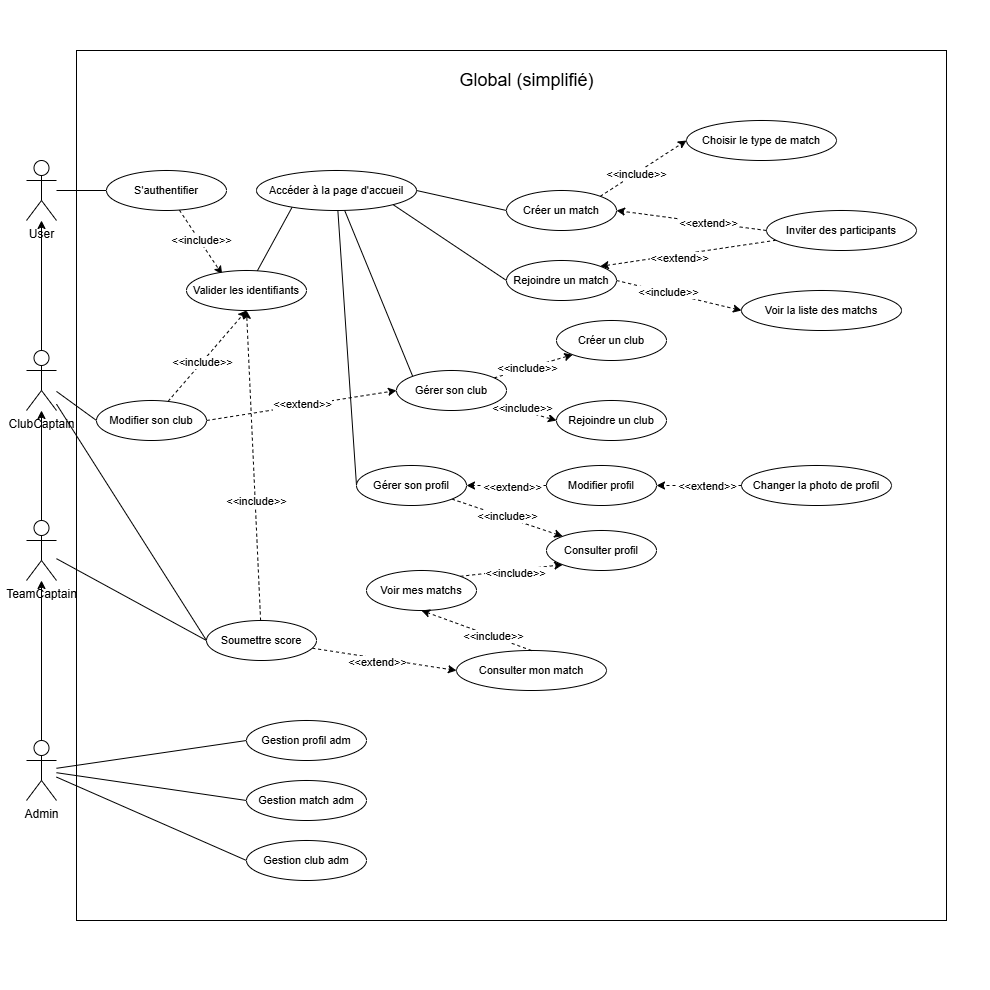
This is Diagram use case Global simplifié.drawio.png from Mathistrg/Styx, a draw.io export, as it was before one commit. Source tidied: cells renumbered, new cells last; positions are measured from the earlier drawing's top-left corner, leaving out a move shared by most shapes.
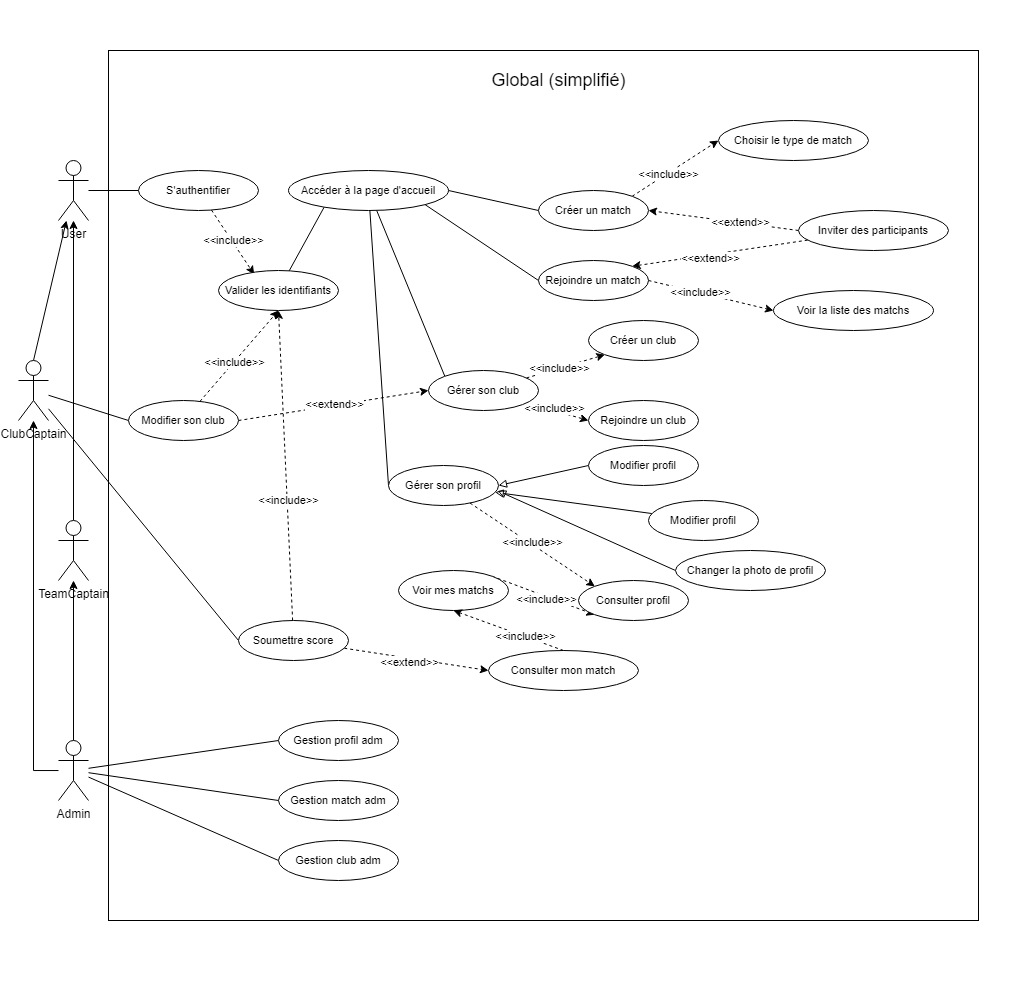
After the change.

Commit message:
Mettre à jour Diagram use case Global simplifié.drawio.png

Change to the diagram source:
```diff
@@ -27,7 +27,7 @@
       <mxGeometry relative="1" as="geometry" />
     </mxCell>
     <mxCell id="10" value="ClubCaptain" style="shape=umlActor;verticalLabelPosition=bottom;verticalAlign=top;html=1;outlineConnect=0;" parent="1" vertex="1">
-      <mxGeometry x="26" y="350" width="30" height="60" as="geometry" />
+      <mxGeometry x="-14" y="360" width="30" height="60" as="geometry" />
     </mxCell>
     <mxCell id="11" style="edgeStyle=none;shape=connector;rounded=0;jettySize=auto;html=1;entryX=0;entryY=0.5;entryDx=0;entryDy=0;strokeColor=default;align=center;verticalAlign=middle;fontFamily=Helvetica;fontSize=11;fontColor=default;labelBackgroundColor=default;endArrow=none;endFill=0;" parent="1" edge="1" source="15" target="18">
       <mxGeometry relative="1" as="geometry" />
@@ -41,6 +41,9 @@
     <mxCell id="14" style="edgeStyle=none;shape=connector;rounded=0;jettySize=auto;html=1;strokeColor=default;align=center;verticalAlign=middle;fontFamily=Helvetica;fontSize=11;fontColor=default;labelBackgroundColor=default;endArrow=classic;endFill=1;" parent="1" edge="1" source="15" target="21">
       <mxGeometry relative="1" as="geometry" />
     </mxCell>
+    <mxCell id="78" style="edgeStyle=orthogonalEdgeStyle;rounded=0;jettySize=auto;html=1;" parent="1" edge="1" source="15" target="10">
+      <mxGeometry relative="1" as="geometry" />
+    </mxCell>
     <mxCell id="15" value="Admin" style="shape=umlActor;verticalLabelPosition=bottom;verticalAlign=top;html=1;outlineConnect=0;" parent="1" vertex="1">
       <mxGeometry x="26" y="740" width="30" height="60" as="geometry" />
     </mxCell>
@@ -53,12 +56,9 @@
     <mxCell id="18" value="Gestion profil adm" style="ellipse;whiteSpace=wrap;html=1;fontFamily=Helvetica;fontSize=11;fontColor=default;labelBackgroundColor=default;" parent="1" vertex="1">
       <mxGeometry x="246" y="720" width="120" height="40" as="geometry" />
     </mxCell>
-    <mxCell id="19" style="edgeStyle=none;shape=connector;rounded=0;jettySize=auto;html=1;strokeColor=default;align=center;verticalAlign=middle;fontFamily=Helvetica;fontSize=11;fontColor=default;labelBackgroundColor=default;endArrow=classic;endFill=1;" parent="1" edge="1" source="21" target="10">
-      <mxGeometry relative="1" as="geometry" />
-    </mxCell>
-    <mxCell id="20" style="edgeStyle=none;shape=connector;rounded=0;jettySize=auto;html=1;entryX=0;entryY=0.5;entryDx=0;entryDy=0;strokeColor=default;align=center;verticalAlign=middle;fontFamily=Helvetica;fontSize=11;fontColor=default;labelBackgroundColor=default;endArrow=none;endFill=0;" parent="1" edge="1" source="21" target="77">
-      <mxGeometry relative="1" as="geometry" />
-    </mxCell>
+    <mxCell id="79" style="edgeStyle=orthogonalEdgeStyle;rounded=0;jettySize=auto;html=1;" parent="1" edge="1" source="21" target="7">
+      <mxGeometry relative="1" as="geometry" />
+    </mxCell>
     <mxCell id="21" value="TeamCaptain" style="shape=umlActor;verticalLabelPosition=bottom;verticalAlign=top;html=1;outlineConnect=0;" parent="1" vertex="1">
       <mxGeometry x="26" y="520" width="30" height="60" as="geometry" />
     </mxCell>
@@ -178,12 +178,9 @@
     <mxCell id="59" value="Gérer son profil" style="ellipse;whiteSpace=wrap;html=1;fontFamily=Helvetica;fontSize=11;fontColor=default;labelBackgroundColor=default;" parent="1" vertex="1">
       <mxGeometry x="356" y="465" width="110" height="40" as="geometry" />
     </mxCell>
-    <mxCell id="60" style="edgeStyle=none;shape=connector;rounded=0;jettySize=auto;html=1;dashed=1;strokeColor=default;align=center;verticalAlign=middle;fontFamily=Helvetica;fontSize=11;fontColor=default;labelBackgroundColor=default;endArrow=classic;endFill=1;exitX=0;exitY=0.5;exitDx=0;exitDy=0;entryX=1;entryY=0.5;entryDx=0;entryDy=0;" parent="1" edge="1" source="67" target="59">
+    <mxCell id="60" style="edgeStyle=none;shape=connector;rounded=0;jettySize=auto;html=1;strokeColor=default;align=center;verticalAlign=middle;fontFamily=Helvetica;fontSize=11;fontColor=default;labelBackgroundColor=default;endArrow=block;endFill=0;exitX=0;exitY=0.5;exitDx=0;exitDy=0;entryX=1;entryY=0.5;entryDx=0;entryDy=0;" parent="1" edge="1" source="67" target="59">
       <mxGeometry relative="1" as="geometry" />
     </mxCell>
-    <mxCell id="61" value="&amp;lt;&amp;lt;extend&amp;gt;&amp;gt;" style="edgeLabel;html=1;align=center;verticalAlign=middle;fontFamily=Helvetica;fontSize=11;fontColor=default;labelBackgroundColor=default;" parent="60" vertex="1">
-      <mxGeometry x="-0.13" y="1" relative="1" as="geometry" />
-    </mxCell>
     <mxCell id="62" style="edgeStyle=none;shape=connector;rounded=0;jettySize=auto;html=1;entryX=0;entryY=1;entryDx=0;entryDy=0;dashed=1;strokeColor=default;align=center;verticalAlign=middle;fontFamily=Helvetica;fontSize=11;fontColor=default;labelBackgroundColor=default;endArrow=classic;endFill=1;exitX=1;exitY=0;exitDx=0;exitDy=0;" parent="1" edge="1" source="69" target="64">
       <mxGeometry relative="1" as="geometry" />
     </mxCell>
@@ -191,21 +188,16 @@
       <mxGeometry x="0.06" y="-3" relative="1" as="geometry" />
     </mxCell>
     <mxCell id="64" value="Consulter profil" style="ellipse;whiteSpace=wrap;html=1;fontFamily=Helvetica;fontSize=11;fontColor=default;labelBackgroundColor=default;" parent="1" vertex="1">
-      <mxGeometry x="546" y="530" width="110" height="40" as="geometry" />
+      <mxGeometry x="546" y="580" width="110" height="40" as="geometry" />
     </mxCell>
-    <mxCell id="65" style="edgeStyle=none;shape=connector;rounded=0;jettySize=auto;html=1;exitX=0;exitY=0.5;exitDx=0;exitDy=0;entryX=1;entryY=0.5;entryDx=0;entryDy=0;dashed=1;strokeColor=default;align=center;verticalAlign=middle;fontFamily=Helvetica;fontSize=11;fontColor=default;labelBackgroundColor=default;endArrow=classic;endFill=1;" parent="1" edge="1" source="68" target="67">
+    <mxCell id="65" style="edgeStyle=none;shape=connector;rounded=0;jettySize=auto;html=1;exitX=0;exitY=0.5;exitDx=0;exitDy=0;entryX=0.993;entryY=0.633;entryDx=0;entryDy=0;strokeColor=default;align=center;verticalAlign=middle;fontFamily=Helvetica;fontSize=11;fontColor=default;labelBackgroundColor=default;endArrow=block;endFill=0;entryPerimeter=0;startArrow=none;startFill=0;" parent="1" edge="1" source="68" target="59">
       <mxGeometry relative="1" as="geometry" />
     </mxCell>
-    <mxCell id="66" value="&amp;lt;&amp;lt;extend&amp;gt;&amp;gt;" style="edgeLabel;html=1;align=center;verticalAlign=middle;fontFamily=Helvetica;fontSize=11;fontColor=default;labelBackgroundColor=default;" parent="65" vertex="1">
-      <mxGeometry x="0.21" y="1" relative="1" as="geometry">
-        <mxPoint x="17" y="-1" as="offset" />
-      </mxGeometry>
-    </mxCell>
     <mxCell id="67" value="Modifier profil" style="ellipse;whiteSpace=wrap;html=1;fontFamily=Helvetica;fontSize=11;fontColor=default;labelBackgroundColor=default;" parent="1" vertex="1">
-      <mxGeometry x="546" y="465" width="110" height="40" as="geometry" />
+      <mxGeometry x="556" y="445" width="110" height="40" as="geometry" />
     </mxCell>
     <mxCell id="68" value="Changer la photo de profil" style="ellipse;whiteSpace=wrap;html=1;fontFamily=Helvetica;fontSize=11;fontColor=default;labelBackgroundColor=default;" parent="1" vertex="1">
-      <mxGeometry x="741" y="465" width="150" height="40" as="geometry" />
+      <mxGeometry x="643" y="550" width="150" height="40" as="geometry" />
     </mxCell>
     <mxCell id="69" value="Voir mes matchs" style="ellipse;whiteSpace=wrap;html=1;fontFamily=Helvetica;fontSize=11;fontColor=default;labelBackgroundColor=default;" parent="1" vertex="1">
       <mxGeometry x="366" y="570" width="110" height="40" as="geometry" />
@@ -236,5 +228,11 @@
     <mxCell id="77" value="Soumettre score" style="ellipse;whiteSpace=wrap;html=1;fontFamily=Helvetica;fontSize=11;fontColor=default;labelBackgroundColor=default;" parent="1" vertex="1">
       <mxGeometry x="206" y="620" width="110" height="40" as="geometry" />
     </mxCell>
+    <mxCell id="80" style="rounded=0;jettySize=auto;html=1;endArrow=block;endFill=0;" parent="1" edge="1" source="81" target="59">
+      <mxGeometry relative="1" as="geometry" />
+    </mxCell>
+    <mxCell id="81" value="Modifier profil" style="ellipse;whiteSpace=wrap;html=1;fontFamily=Helvetica;fontSize=11;fontColor=default;labelBackgroundColor=default;" parent="1" vertex="1">
+      <mxGeometry x="616" y="500" width="110" height="40" as="geometry" />
+    </mxCell>
   </root>
 </mxGraphModel>
```
